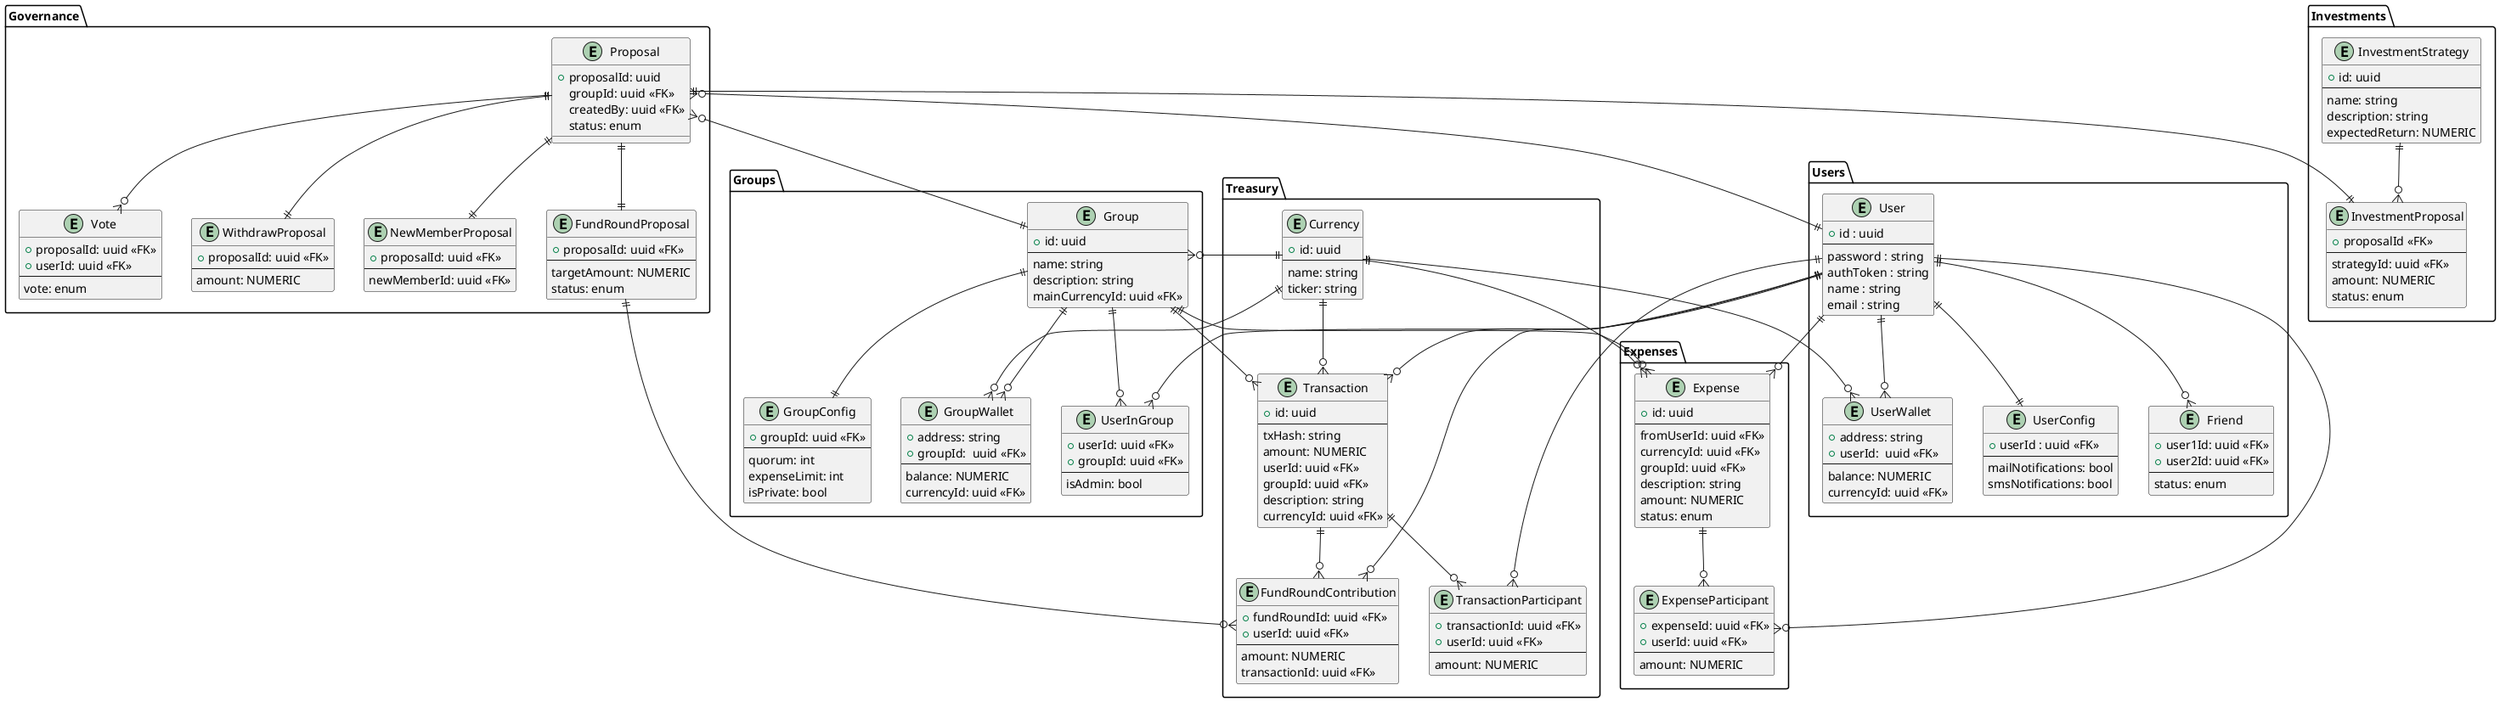
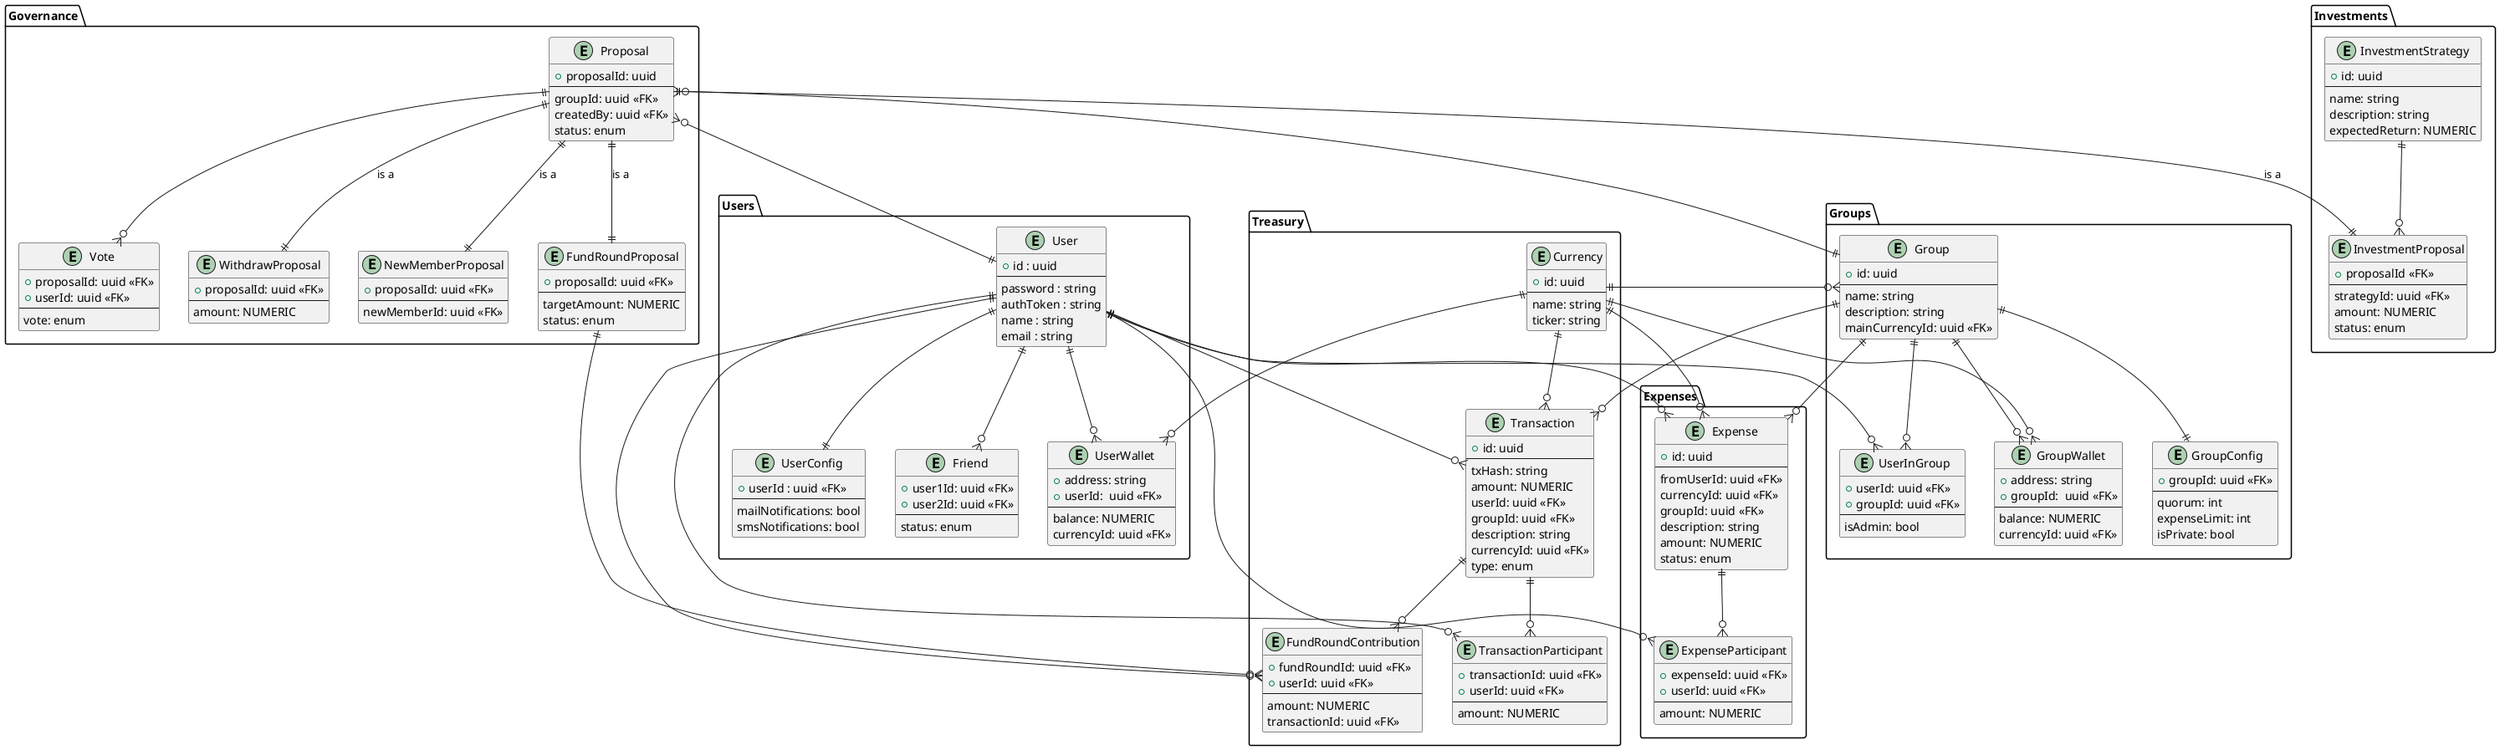
@startuml entity-relationship

package "Users" {

    entity "User" {
      +id : uuid
      --
      password : string
      authToken : string
      name : string
      email : string
    }

    entity "UserConfig" {
        +userId : uuid <<FK>>
        --
        mailNotifications: bool
        smsNotifications: bool
    }

    entity "Friend"{
        +user1Id: uuid <<FK>>
        +user2Id: uuid <<FK>>
        --
        status: enum
    }

    entity "UserWallet"{
        +address: string
        +userId:  uuid <<FK>>
        --
        balance: NUMERIC
        currencyId: uuid <<FK>>
    }
}

package "Groups" {

    entity "Group" {
        +id: uuid
        --
        name: string
        description: string
        mainCurrencyId: uuid <<FK>>
    }

    entity "GroupConfig"{
        +groupId: uuid <<FK>>
        --
        quorum: int
        expenseLimit: int
        isPrivate: bool
    }

    entity "GroupWallet"{
        +address: string
        +groupId:  uuid <<FK>>
        --
        balance: NUMERIC
        currencyId: uuid <<FK>>
    }

    entity "UserInGroup"{
        +userId: uuid <<FK>>
        +groupId: uuid <<FK>>
        --
        isAdmin: bool
    }
}

package "Treasury" {

    entity "Currency" {
        +id: uuid
        --
        name: string
        ticker: string
    }

    entity "Transaction" {
        +id: uuid
        --
        txHash: string
        amount: NUMERIC
        userId: uuid <<FK>>
        groupId: uuid <<FK>>
        description: string
        currencyId: uuid <<FK>>
+         type: enum
    }

    entity "TransactionParticipant"{
        +transactionId: uuid <<FK>>
        +userId: uuid <<FK>>
        --
        amount: NUMERIC
    }

    entity "FundRoundContribution"{
        +fundRoundId: uuid <<FK>>
        +userId: uuid <<FK>>
        --
        amount: NUMERIC
        transactionId: uuid <<FK>>
    }
}

package "Expenses" {

    entity "Expense" {
        +id: uuid
        --
        fromUserId: uuid <<FK>>
        currencyId: uuid <<FK>>
        groupId: uuid <<FK>>
        description: string
        amount: NUMERIC
        status: enum
    }

    entity "ExpenseParticipant"{
        +expenseId: uuid <<FK>>
        +userId: uuid <<FK>>
        --
        amount: NUMERIC
    }
}

package "Governance" {

    entity "Proposal"{
        +proposalId: uuid
+         ---
        groupId: uuid <<FK>>
        createdBy: uuid <<FK>>
        status: enum
    }

    entity "Vote"{
        +proposalId: uuid <<FK>>
        +userId: uuid <<FK>>
        --
        vote: enum
    }

    entity "WithdrawProposal"{
        +proposalId: uuid <<FK>>
        --
        amount: NUMERIC
    }

    entity "NewMemberProposal"{
        +proposalId: uuid <<FK>>
        --
        newMemberId: uuid <<FK>>
    }

    entity "FundRoundProposal"{
        +proposalId: uuid <<FK>>
        --
        targetAmount: NUMERIC
        status: enum
    }
}

package "Investments" {

    entity "InvestmentStrategy"{
        +id: uuid
        --
        name: string
        description: string
        expectedReturn: NUMERIC
    }

    entity "InvestmentProposal"{
        +proposalId <<FK>>
        --
        strategyId: uuid <<FK>>
        amount: NUMERIC
        status: enum
    }
}

'================ RELATIONS =================

User ||--|| UserConfig
User ||--o{ Friend
User ||--o{ UserWallet

User ||--o{ UserInGroup
Group ||--o{ UserInGroup

Group ||--|| GroupConfig
Group ||--o{ GroupWallet

Currency ||--o{ Group
Currency ||--o{ UserWallet
Currency ||--o{ GroupWallet

User ||--o{ Expense
Group ||--o{ Expense
Currency ||--o{ Expense

Expense ||--o{ ExpenseParticipant
User ||--o{ ExpenseParticipant

User ||--o{ Transaction
Group ||--o{ Transaction
Currency ||--o{ Transaction

Transaction ||--o{ TransactionParticipant
User ||--o{ TransactionParticipant

Proposal }o--|| User
Proposal }o--|| Group

Proposal ||--o{ Vote

- Proposal ||--|| WithdrawProposal
- Proposal ||--|| NewMemberProposal
- Proposal ||--|| FundRoundProposal
- Proposal ||--|| InvestmentProposal
+ Proposal ||--|| WithdrawProposal: is a
+ Proposal ||--|| NewMemberProposal: is a
+ Proposal ||--|| FundRoundProposal: is a
+ Proposal ||--|| InvestmentProposal: is a

FundRoundProposal ||--o{ FundRoundContribution
User ||--o{ FundRoundContribution
Transaction ||--o{ FundRoundContribution

InvestmentStrategy ||--o{ InvestmentProposal

@enduml